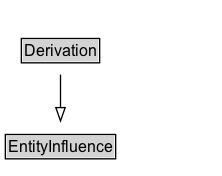
Above: docs/diagrams/Derivation.dot.png in k-vaughn/ontology-import-prov (Graphviz), before the change. Its source is kept beside it as docs/diagrams/Derivation.dot. Its diagram source:
```dot
digraph {
	graph [overlap=false rankdir=TB splines=true]
	node [fontname=Arial fontsize=12 margin=0 shape=none]
	edge [fontname=Arial fontsize=11]
	Derivation [label=<<TABLE BORDER="1" CELLBORDER="0" CELLSPACING="0" CELLPADDING="1"><TR><TD BGCOLOR="lightgray" ALIGN="CENTER">Derivation</TD></TR></TABLE>> URL="../Derivation" margin=0]
	{
		rank=max
	}
	subgraph cluster_associated {
		label="" style=invis
		Invis [label=<<TABLE BORDER="0" CELLBORDER="0" CELLSPACING="0" CELLPADDING="1"><TR><TD></TD></TR></TABLE>> margin=0 style=invis]
	}
	EntityInfluence [label=<<TABLE BORDER="1" CELLBORDER="0" CELLSPACING="0" CELLPADDING="1"><TR><TD BGCOLOR="lightgray" ALIGN="CENTER">EntityInfluence</TD></TR></TABLE>> URL="../EntityInfluence" margin=0]
	Derivation -> EntityInfluence [arrowhead=onormal style=solid]
}
```
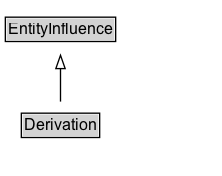
After the commit.

Diff of the diagram source:
```diff
@@ -2,6 +2,10 @@
 	graph [overlap=false rankdir=TB splines=true]
 	node [fontname=Arial fontsize=12 margin=0 shape=none]
 	edge [fontname=Arial fontsize=11]
+	{
+		rank=source
+		EntityInfluence [label=<<TABLE BORDER="1" CELLBORDER="0" CELLSPACING="0" CELLPADDING="1"><TR><TD BGCOLOR="lightgray" ALIGN="CENTER">EntityInfluence</TD></TR></TABLE>> URL="../EntityInfluence" margin=0]
+	}
 	Derivation [label=<<TABLE BORDER="1" CELLBORDER="0" CELLSPACING="0" CELLPADDING="1"><TR><TD BGCOLOR="lightgray" ALIGN="CENTER">Derivation</TD></TR></TABLE>> URL="../Derivation" margin=0]
 	{
 		rank=max
@@ -10,6 +14,5 @@
 		label="" style=invis
 		Invis [label=<<TABLE BORDER="0" CELLBORDER="0" CELLSPACING="0" CELLPADDING="1"><TR><TD></TD></TR></TABLE>> margin=0 style=invis]
 	}
-	EntityInfluence [label=<<TABLE BORDER="1" CELLBORDER="0" CELLSPACING="0" CELLPADDING="1"><TR><TD BGCOLOR="lightgray" ALIGN="CENTER">EntityInfluence</TD></TR></TABLE>> URL="../EntityInfluence" margin=0]
 	Derivation -> EntityInfluence [arrowhead=onormal style=solid]
 }
```
